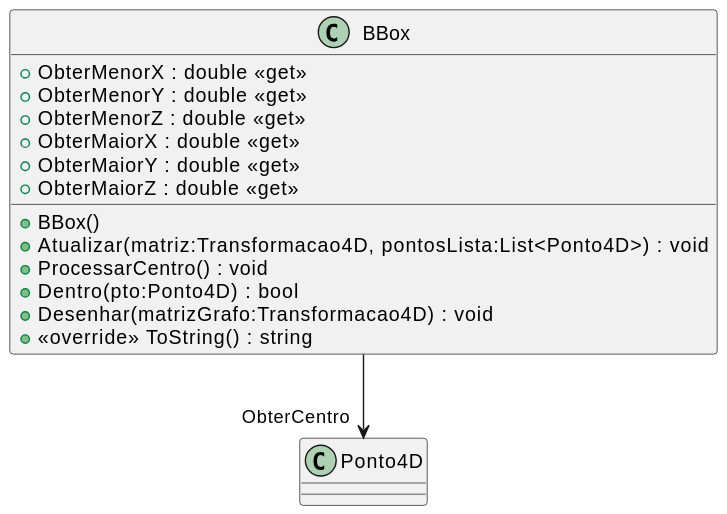
Before: CG_Biblioteca/svg/plantuml/BBox.svg, a diagram exported from PlantUML (gcgfurb/disciplinaCg_2024-1_not_equipe-13).
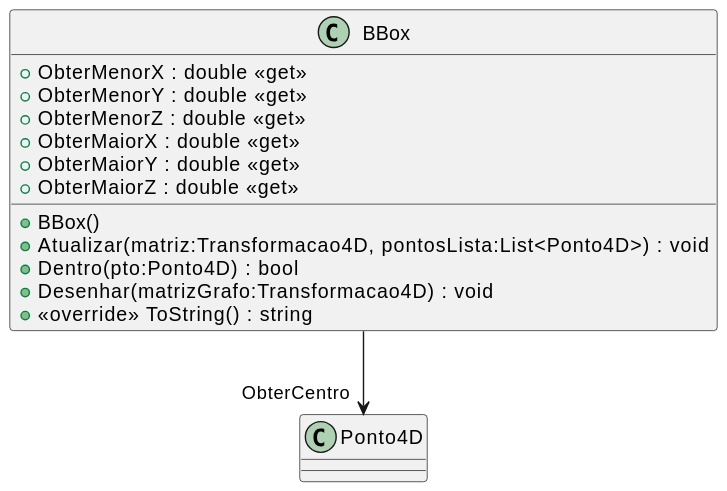
Above is the later version.

What changed in the source:
```diff
@@ -2,7 +2,6 @@
 class BBox {
     + BBox()
     + Atualizar(matriz:Transformacao4D, pontosLista:List<Ponto4D>) : void
-    + ProcessarCentro() : void
     + Dentro(pto:Ponto4D) : bool
     + ObterMenorX : double <<get>>
     + ObterMenorY : double <<get>>
```
